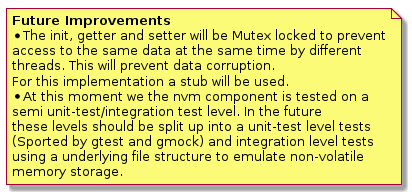
Above: doc/FutureImprovements.png in kevinwong1983/AttributeAllocationTable (PlantUML), before the change.
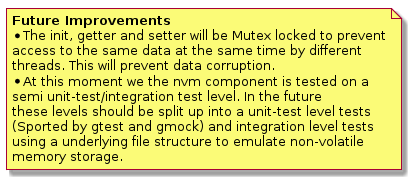
The same diagram one commit later.

Diff of the diagram source:
```diff
@@ -5,7 +5,6 @@
 	* The init, getter and setter will be Mutex locked to prevent
 	access to the same data at the same time by different
 	threads. This will prevent data corruption.
-	For this implementation a stub will be used.
 	* At this moment we the nvm component is tested on a
 	semi unit-test/integration test level. In the future
 	these levels should be split up into a unit-test level tests
```
